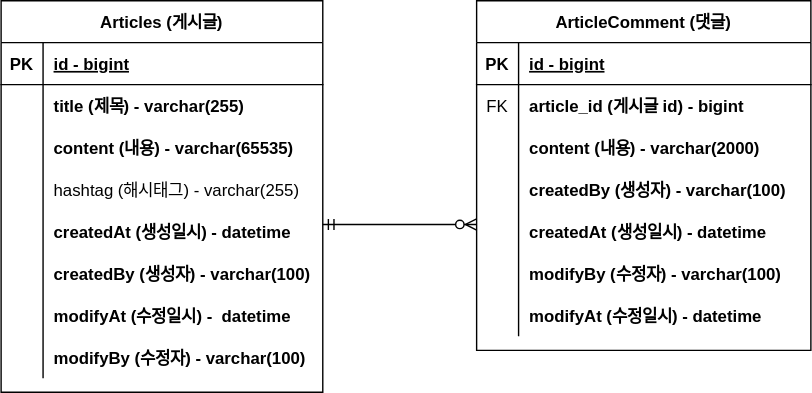
Above: project-board/document/project-board-erd.svg in deohyunpark/project-board (draw.io), before the change. Source tidied: cells renumbered, new cells last; positions are measured from the earlier drawing's top-left corner, leaving out a move shared by most shapes.
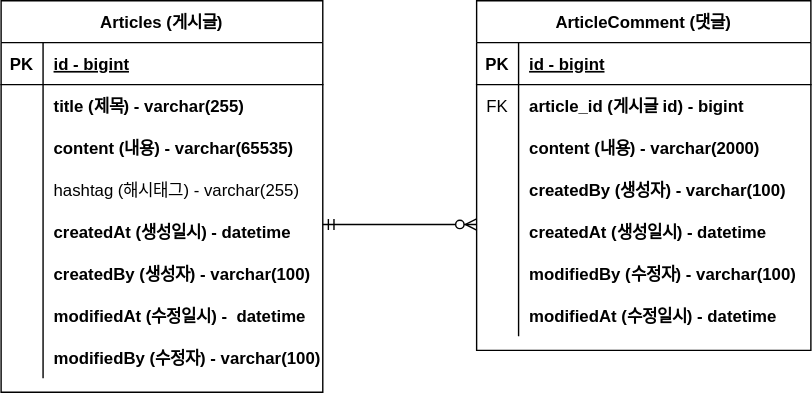
After the commit.

Commit message:
#9 - erd 컬럼명 오타 수정 : project-board-erd.svg

Change to the diagram source:
```diff
@@ -65,7 +65,7 @@
     <mxCell id="22" style="shape=partialRectangle;overflow=hidden;fillColor=none;top=0;left=0;bottom=0;right=0;" parent="21" vertex="1">
       <mxGeometry width="30" height="30" as="geometry" />
     </mxCell>
-    <mxCell id="23" value="modifyAt (수정일시) -  datetime" style="shape=partialRectangle;overflow=hidden;fillColor=none;top=0;left=0;bottom=0;right=0;align=left;spacingLeft=6;fontStyle=1;" parent="21" vertex="1">
+    <mxCell id="23" value="modifiedAt (수정일시) -  datetime" style="shape=partialRectangle;overflow=hidden;fillColor=none;top=0;left=0;bottom=0;right=0;align=left;spacingLeft=6;fontStyle=1;" parent="21" vertex="1">
       <mxGeometry x="30" width="200" height="30" as="geometry" />
     </mxCell>
     <mxCell id="24" style="shape=partialRectangle;fillColor=none;top=0;left=0;right=0;bottom=0;" parent="2" vertex="1">
@@ -74,7 +74,7 @@
     <mxCell id="25" style="shape=partialRectangle;overflow=hidden;fillColor=none;top=0;left=0;bottom=0;right=0;" parent="24" vertex="1">
       <mxGeometry width="30" height="30" as="geometry" />
     </mxCell>
-    <mxCell id="26" value="modifyBy (수정자) - varchar(100)" style="shape=partialRectangle;overflow=hidden;fillColor=none;top=0;left=0;bottom=0;right=0;align=left;spacingLeft=6;fontStyle=1;" parent="24" vertex="1">
+    <mxCell id="26" value="modifiedBy (수정자) - varchar(100)" style="shape=partialRectangle;overflow=hidden;fillColor=none;top=0;left=0;bottom=0;right=0;align=left;spacingLeft=6;fontStyle=1;" parent="24" vertex="1">
       <mxGeometry x="30" width="200" height="30" as="geometry" />
     </mxCell>
     <mxCell id="27" value="ArticleComment (댓글)" style="shape=table;startSize=30;rowLines=0;fontStyle=1;align=center;" parent="1" vertex="1">
@@ -131,7 +131,7 @@
     <mxCell id="44" style="shape=partialRectangle;overflow=hidden;fillColor=none;top=0;left=0;bottom=0;right=0;" parent="43" vertex="1">
       <mxGeometry width="30" height="30" as="geometry" />
     </mxCell>
-    <mxCell id="45" value="modifyBy (수정자) - varchar(100)" style="shape=partialRectangle;overflow=hidden;fillColor=none;top=0;left=0;bottom=0;right=0;align=left;spacingLeft=6;fontStyle=1;" parent="43" vertex="1">
+    <mxCell id="45" value="modifiedBy (수정자) - varchar(100)" style="shape=partialRectangle;overflow=hidden;fillColor=none;top=0;left=0;bottom=0;right=0;align=left;spacingLeft=6;fontStyle=1;" parent="43" vertex="1">
       <mxGeometry x="30" width="209" height="30" as="geometry" />
     </mxCell>
     <mxCell id="46" style="shape=partialRectangle;fillColor=none;top=0;left=0;right=0;bottom=0;" parent="27" vertex="1">
@@ -140,7 +140,7 @@
     <mxCell id="47" style="shape=partialRectangle;overflow=hidden;fillColor=none;top=0;left=0;bottom=0;right=0;" parent="46" vertex="1">
       <mxGeometry width="30" height="30" as="geometry" />
     </mxCell>
-    <mxCell id="48" value="modifyAt (수정일시) - datetime" style="shape=partialRectangle;overflow=hidden;fillColor=none;top=0;left=0;bottom=0;right=0;align=left;spacingLeft=6;fontStyle=1;" parent="46" vertex="1">
+    <mxCell id="48" value="modifiedAt (수정일시) - datetime" style="shape=partialRectangle;overflow=hidden;fillColor=none;top=0;left=0;bottom=0;right=0;align=left;spacingLeft=6;fontStyle=1;" parent="46" vertex="1">
       <mxGeometry x="30" width="209" height="30" as="geometry" />
     </mxCell>
     <mxCell id="49" style="edgeStyle=entityRelationEdgeStyle;fontSize=12;html=1;endArrow=ERzeroToMany;startArrow=ERmandOne;rounded=0;" parent="1" edge="1">
```
